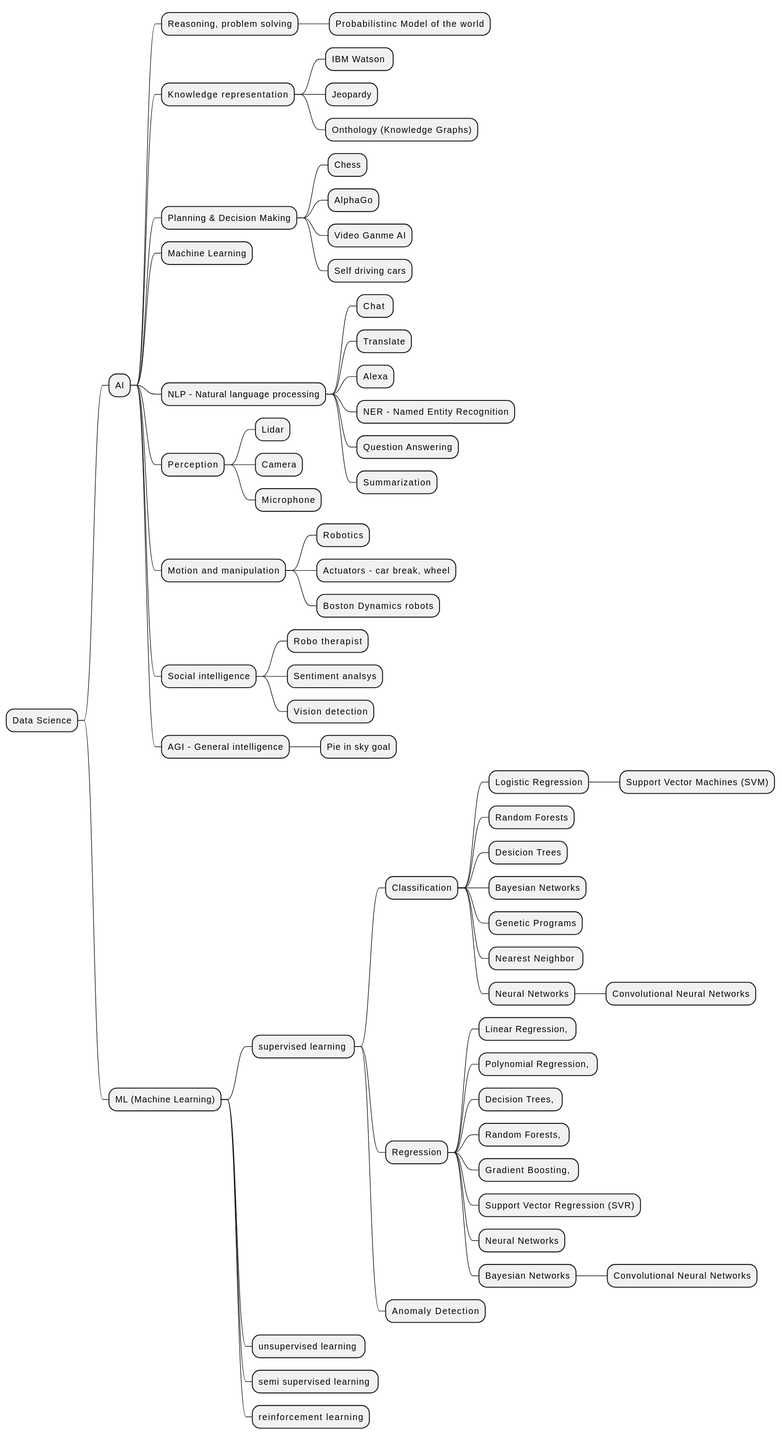
gcziprusz/NeuralNest keeps this PlantUML diagram as ds_ai_ml.svg. Above is the earlier version.
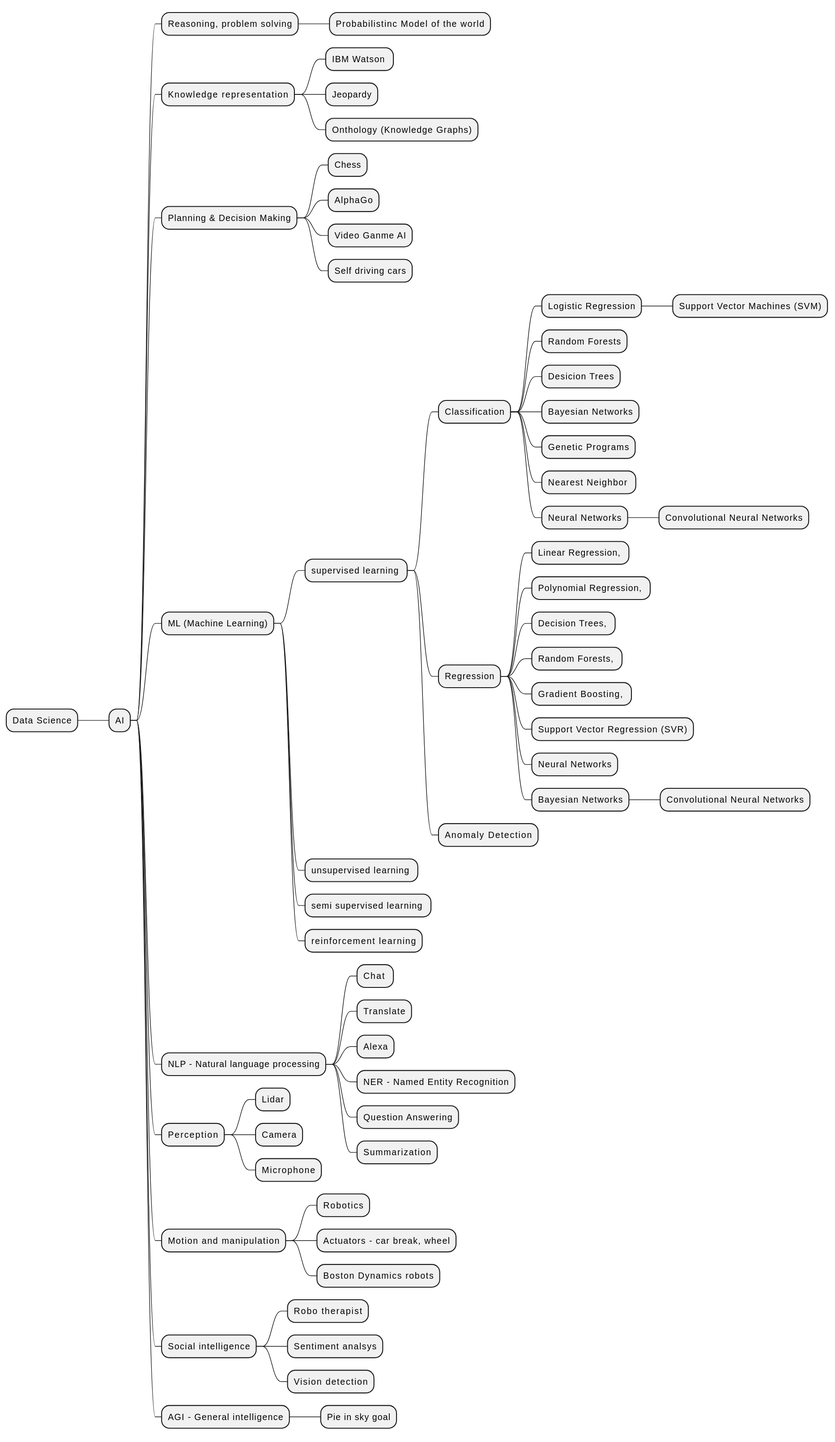
The same diagram one commit later.

What changed in the source:
```diff
@@ -12,7 +12,32 @@
 **** AlphaGo
 **** Video Ganme AI
 **** Self driving cars
-*** Machine Learning
+*** ML (Machine Learning)
+**** supervised learning
+***** Classification
+****** Logistic Regression
+******* Support Vector Machines (SVM)
+****** Random Forests
+****** Desicion Trees
+****** Bayesian Networks
+****** Genetic Programs
+****** Nearest Neighbor
+****** Neural Networks
+******* Convolutional Neural Networks
+***** Regression
+****** Linear Regression,
+****** Polynomial Regression,
+****** Decision Trees,
+****** Random Forests,
+****** Gradient Boosting,
+****** Support Vector Regression (SVR)
+****** Neural Networks
+****** Bayesian Networks
+******* Convolutional Neural Networks
+***** Anomaly Detection
+**** unsupervised learning
+**** semi supervised learning
+**** reinforcement learning
 *** NLP - Natural language processing
 **** Chat
 **** Translate
@@ -34,32 +59,5 @@
 **** Vision detection
 *** AGI - General intelligence
 **** Pie in sky goal
-** ML (Machine Learning)
-*** supervised learning
-**** Classification
-***** Logistic Regression
-****** Support Vector Machines (SVM)
-***** Random Forests
-***** Desicion Trees
-***** Bayesian Networks
-***** Genetic Programs
-***** Nearest Neighbor
-***** Neural Networks
-****** Convolutional Neural Networks
-**** Regression
-***** Linear Regression,
-***** Polynomial Regression,
-***** Decision Trees,
-***** Random Forests,
-***** Gradient Boosting,
-***** Support Vector Regression (SVR)
-***** Neural Networks
-***** Bayesian Networks
-****** Convolutional Neural Networks
-**** Anomaly Detection
-
-*** unsupervised learning
-*** semi supervised learning
-*** reinforcement learning
 
 @endmindmap
```
